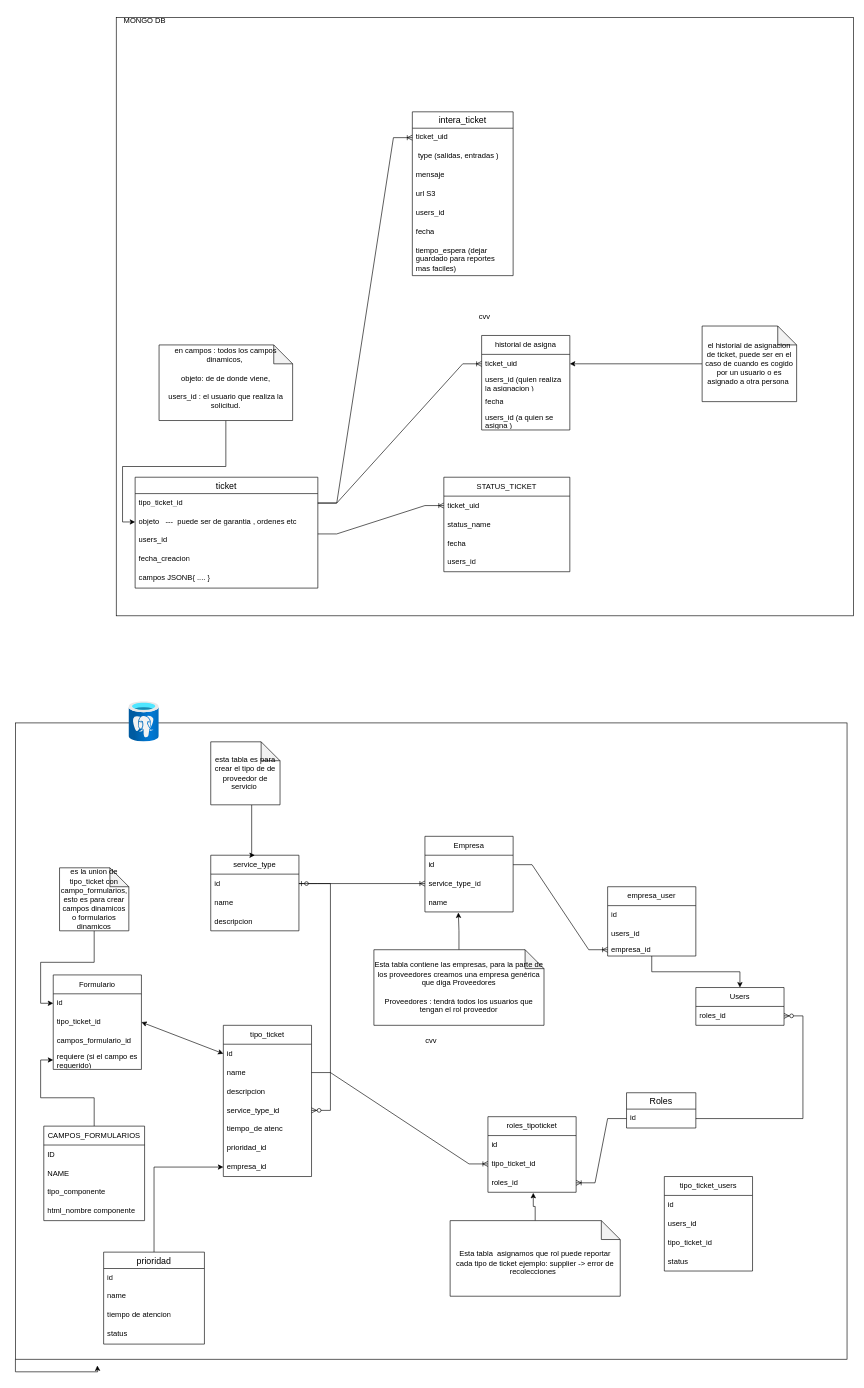
jhaineymilevis/diagrams keeps this draw.io diagram as page "Página-2" (2 of 6) of Diagrama sin título.drawio. Above is the earlier version. Source tidied: cells renumbered, new cells numbered last; positions are measured from the earlier drawing's top-left corner, leaving out a move shared by most shapes. Both pictures are drawn from the tidied source at 63%, with x=0, y=0 at pixel (15, 11).
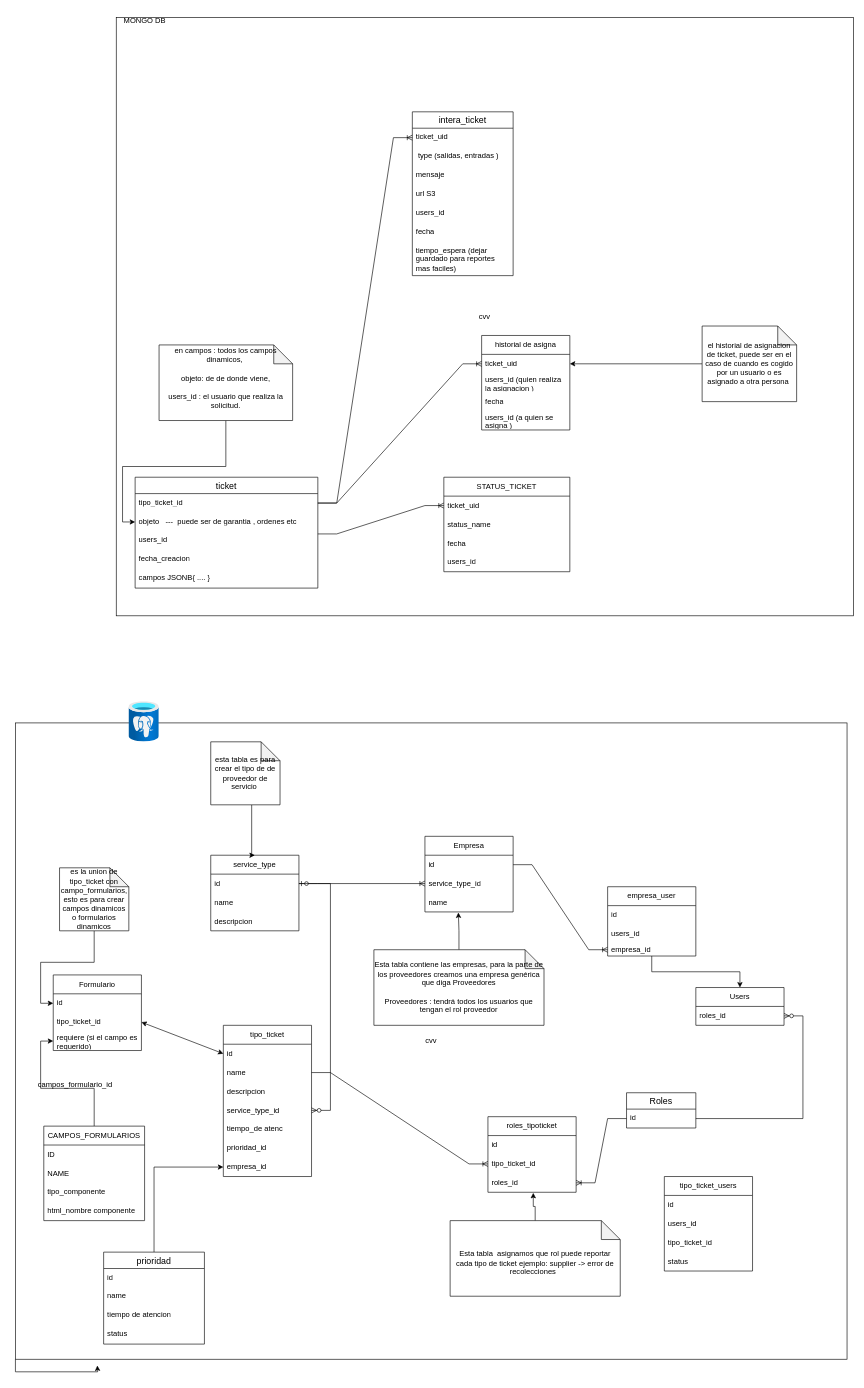
The same diagram, later.

What changed in the source:
```diff
@@
     <mxCell id="60" value="Formulario" style="swimlane;fontStyle=0;horizontal=1;startSize=30;whiteSpace=wrap;html=1;" parent="1" vertex="1">
-      <mxGeometry x="60" y="1530" width="140" height="150" as="geometry" />
+      <mxGeometry x="60" y="1530" width="140" height="120" as="geometry" />
     </mxCell>
@@
-    <mxCell id="63" value="campos_formulario_id" style="text;strokeColor=none;fillColor=none;align=left;verticalAlign=middle;spacingLeft=4;spacingRight=4;overflow=hidden;whiteSpace=wrap;html=1;" parent="60" vertex="1">
-      <mxGeometry y="90" width="140" height="30" as="geometry" />
-    </mxCell>
     <mxCell id="64" value="requiere (si el campo es requerido)" style="text;strokeColor=none;fillColor=none;align=left;verticalAlign=middle;spacingLeft=4;spacingRight=4;overflow=hidden;points=[[0,0.5],[1,0.5]];portConstraint=eastwest;whiteSpace=wrap;html=1;" parent="60" vertex="1">
-      <mxGeometry y="120" width="140" height="30" as="geometry" />
+      <mxGeometry y="90" width="140" height="30" as="geometry" />
     </mxCell>
@@
+    <mxCell id="63" value="campos_formulario_id" style="text;strokeColor=none;fillColor=none;align=left;verticalAlign=middle;spacingLeft=4;spacingRight=4;overflow=hidden;whiteSpace=wrap;html=1;" parent="1" vertex="1">
+      <mxGeometry x="30" y="1689" width="140" height="30" as="geometry" />
+    </mxCell>
```
